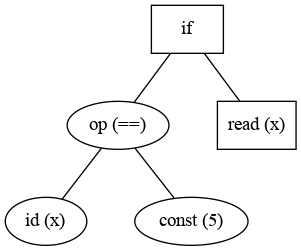
Above: tree.gv.png in zikaloai71/parser (Graphviz), before the change. Its source is kept beside it as tree.gv.
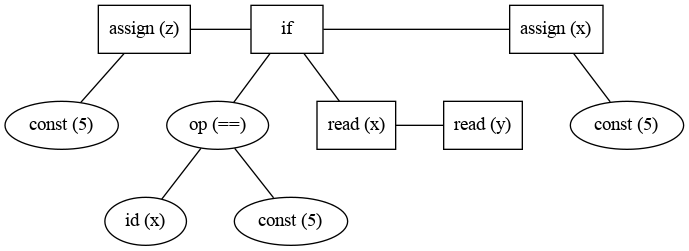
After the commit.

What changed in the source:
```diff
@@ -3,20 +3,30 @@
 	nodesep="0.5;"
 	{
 		rank=same
-		0 [label=if shape=rectangle]
+		0 [label="assign (z)" shape=rectangle]
+		2 [label=if shape=rectangle]
+		8 [label="assign (x)" shape=rectangle]
 	}
 	{
 		rank=same
-		2 [label="op (==)" shape=""]
-		4 [label="read (x)" shape=rectangle]
+		1 [label="const (5)" shape=""]
+		4 [label="op (==)" shape=""]
+		6 [label="read (x)" shape=rectangle]
+		7 [label="read (y)" shape=rectangle]
+		9 [label="const (5)" shape=""]
 	}
 	{
 		rank=same
-		1 [label="id (x)" shape=""]
-		3 [label="const (5)" shape=""]
+		3 [label="id (x)" shape=""]
+		5 [label="const (5)" shape=""]
 	}
-	2 -- 1
+	0 -- 1
 	0 -- 2
-	2 -- 3
-	0 -- 4
+	4 -- 3
+	2 -- 4
+	4 -- 5
+	2 -- 6
+	6 -- 7
+	2 -- 8
+	8 -- 9
 }
```
